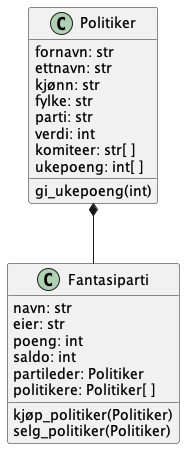
Earlier version of the PlantUML export pages/apputvikling/bilder/uml-stortinget.png (thorcc/IT2-nettbok).
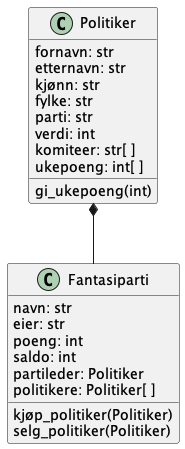
The same diagram one commit later.

Diff of the diagram source:
```diff
@@ -3,7 +3,7 @@
 
 class Politiker {
     fornavn: str
-    ettnavn: str
+    etternavn: str
     kjønn: str
     fylke: str
     parti: str
```
